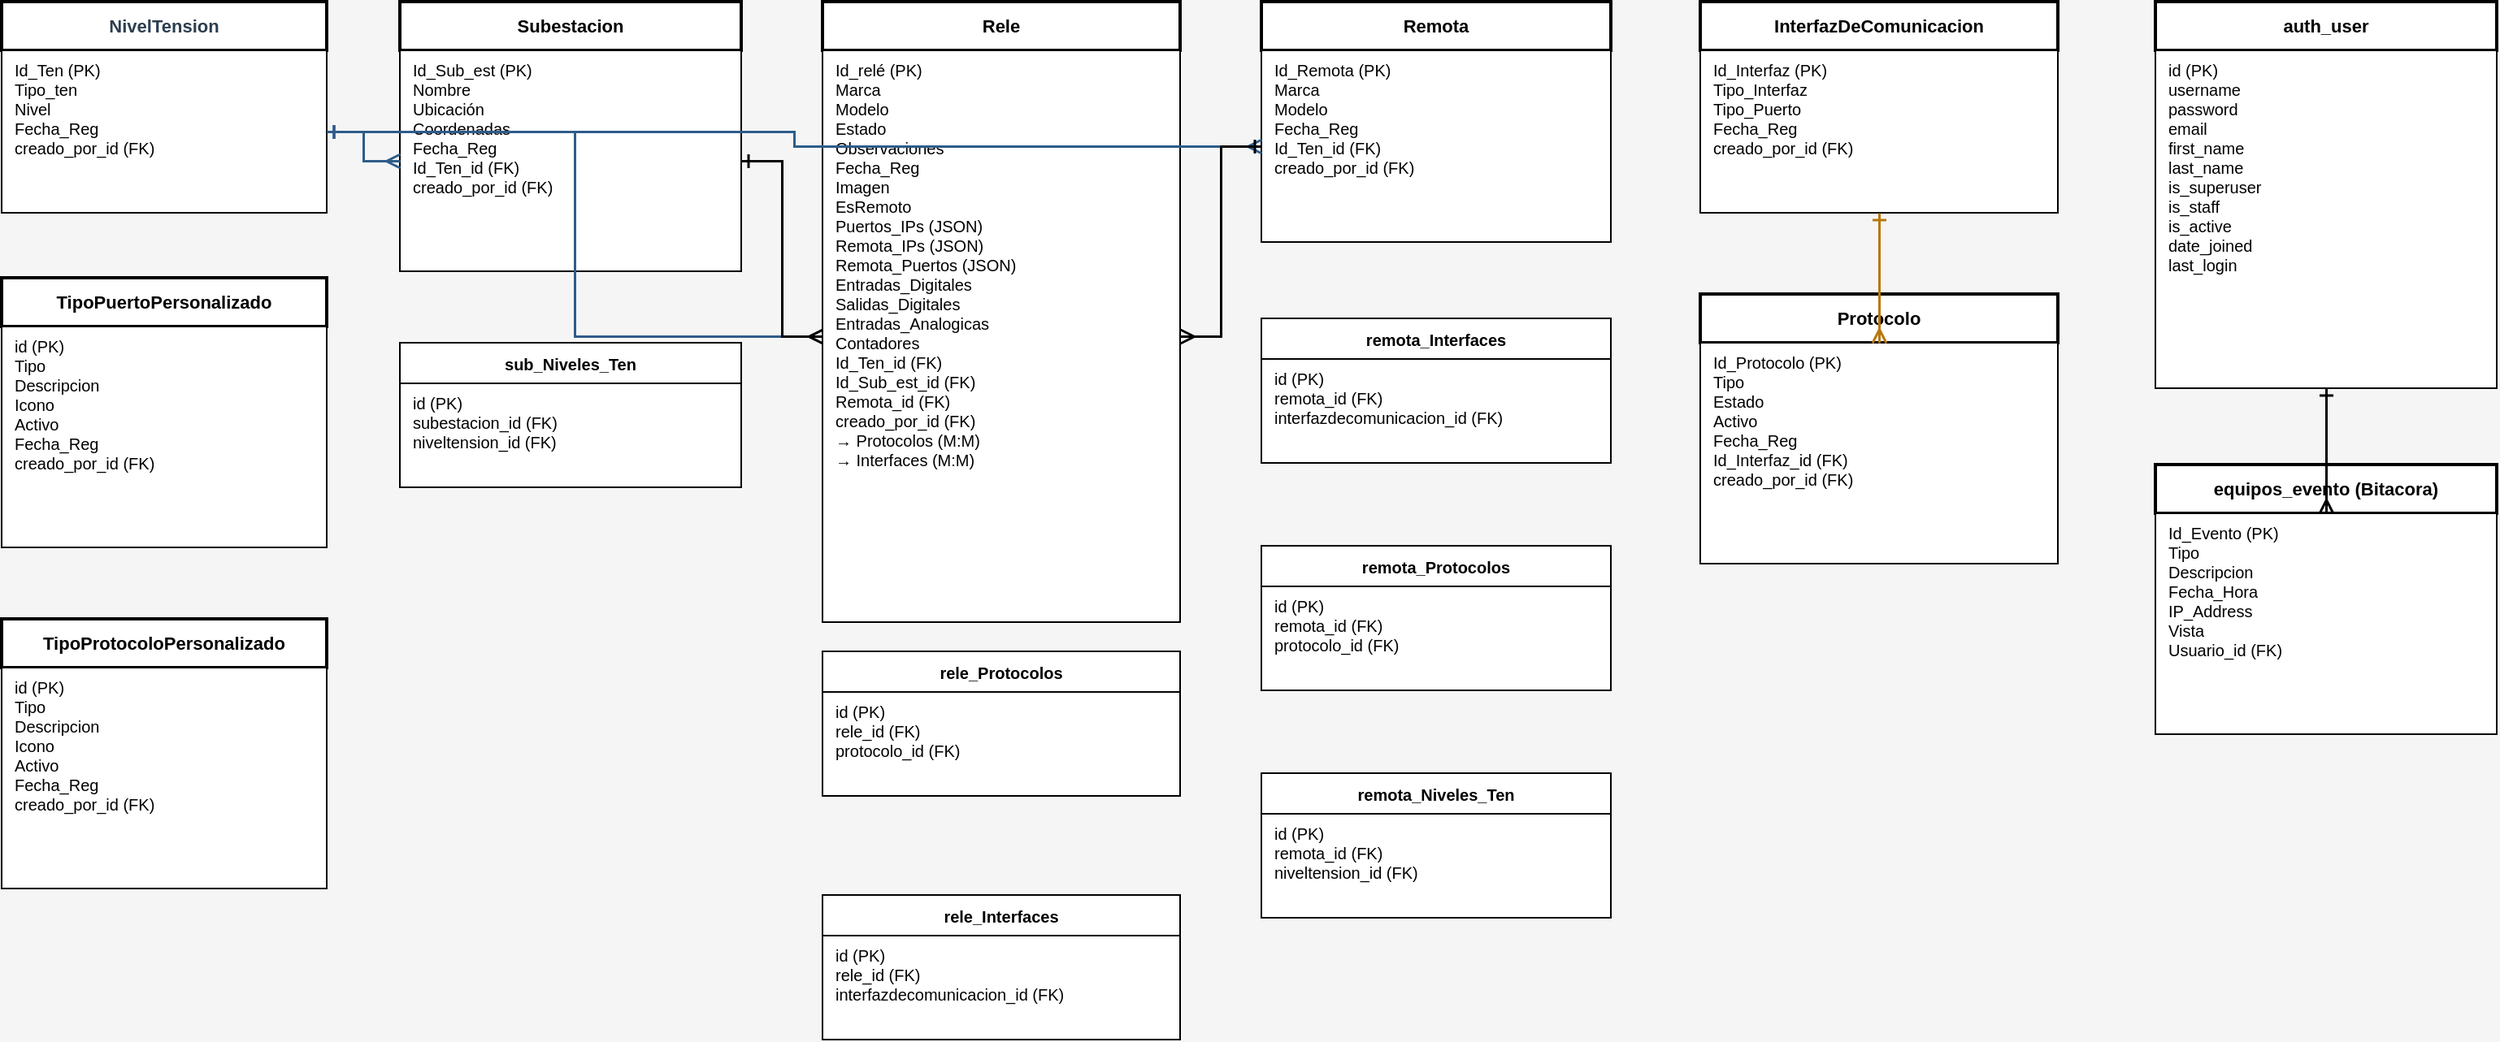
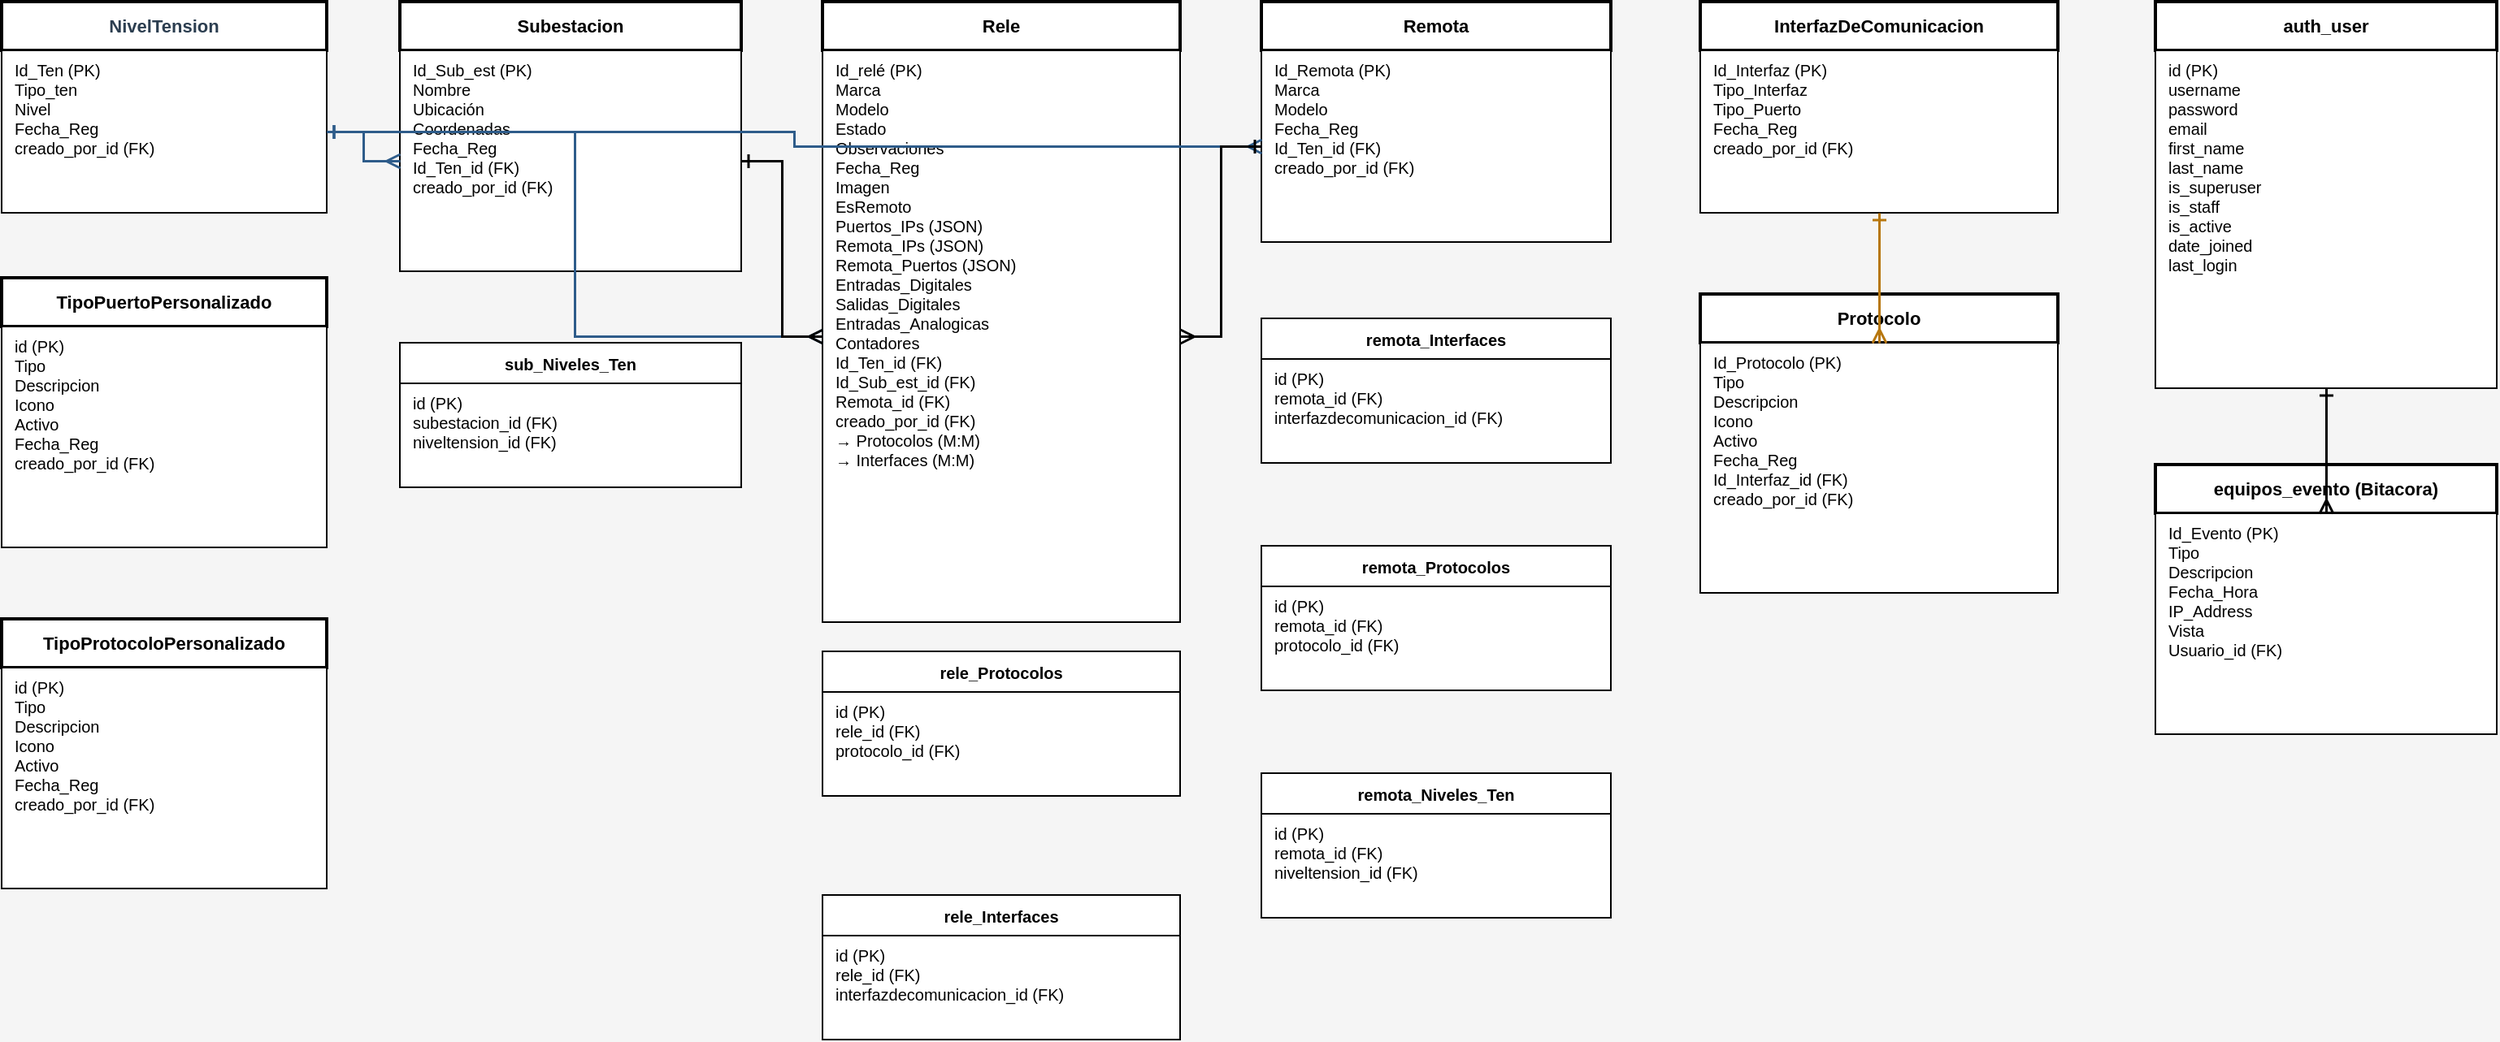
<?xml version="1.0" encoding="UTF-8"?>
<mxfile host="app.diagrams.net" modified="2026-06-13" agent="5" version="24.0.0" type="device">
  <diagram id="diagram1" name="ER-GridGuard">
    <mxGraphModel dx="2800" dy="2000" grid="1" gridSize="10" guides="1" tooltips="1" connect="1" arrows="1" fold="1" page="1" pageScale="1" pageWidth="2000" pageHeight="1100" background="#f5f5f5" math="0" shadow="0">
      <root>
        <mxCell id="0"/>
        <mxCell id="1" parent="0"/>

        <!-- ===================== NivelTension ===================== -->
        <mxCell id="h_niv" value="NivelTension" style="whiteSpace=wrap;html=1;rounded=0;fontSize=11;fontStyle=1;fillColor:#4A90E2;fontColor=#2C3E50;strokeColor:#2E5C8A;strokeWidth=2;" vertex="1" parent="1">
          <mxGeometry x="30" y="50" width="200" height="30" as="geometry"/>
        </mxCell>
        <mxCell id="b_niv" value="Id_Ten (PK)&#10;Tipo_ten&#10;Nivel&#10;Fecha_Reg&#10;creado_por_id (FK)" style="whiteSpace=wrap;html=1;rounded=0;fontSize=10;fillColor:#E8F0FE;strokeColor:#4A90E2;strokeWidth=1;align=left;spacingLeft=6;verticalAlign=top;" vertex="1" parent="1">
          <mxGeometry x="30" y="80" width="200" height="100" as="geometry"/>
        </mxCell>

        <!-- ===================== TipoPuertoPersonalizado ===================== -->
        <mxCell id="h_tpu" value="TipoPuertoPersonalizado" style="whiteSpace=wrap;html=1;rounded=0;fontSize=11;fontStyle=1;fillColor:#7F8C8D;fontColor:#2C3E50;strokeColor:#566573;strokeWidth=2;" vertex="1" parent="1">
          <mxGeometry x="30" y="220" width="200" height="30" as="geometry"/>
        </mxCell>
        <mxCell id="b_tpu" value="id (PK)&#10;Tipo&#10;Descripcion&#10;Icono&#10;Activo&#10;Fecha_Reg&#10;creado_por_id (FK)" style="whiteSpace=wrap;html=1;rounded=0;fontSize=10;fillColor:#F2F3F4;strokeColor:#7F8C8D;strokeWidth=1;align=left;spacingLeft=6;verticalAlign=top;" vertex="1" parent="1">
          <mxGeometry x="30" y="250" width="200" height="136" as="geometry"/>
        </mxCell>

        <!-- ===================== TipoProtocoloPersonalizado ===================== -->
        <mxCell id="h_tpr" value="TipoProtocoloPersonalizado" style="whiteSpace=wrap;html=1;rounded=0;fontSize=11;fontStyle=1;fillColor:#7F8C8D;fontColor:#2C3E50;strokeColor:#566573;strokeWidth=2;" vertex="1" parent="1">
          <mxGeometry x="30" y="430" width="200" height="30" as="geometry"/>
        </mxCell>
        <mxCell id="b_tpr" value="id (PK)&#10;Tipo&#10;Descripcion&#10;Icono&#10;Activo&#10;Fecha_Reg&#10;creado_por_id (FK)" style="whiteSpace=wrap;html=1;rounded=0;fontSize=10;fillColor:#F2F3F4;strokeColor:#7F8C8D;strokeWidth=1;align=left;spacingLeft=6;verticalAlign=top;" vertex="1" parent="1">
          <mxGeometry x="30" y="460" width="200" height="136" as="geometry"/>
        </mxCell>

        <!-- ===================== Subestacion ===================== -->
        <mxCell id="h_sub" value="Subestacion" style="whiteSpace=wrap;html=1;rounded=0;fontSize=11;fontStyle=1;fillColor:#27AE60;fontColor:#2C3E50;strokeColor:#1E8449;strokeWidth=2;" vertex="1" parent="1">
          <mxGeometry x="275" y="50" width="210" height="30" as="geometry"/>
        </mxCell>
        <mxCell id="b_sub" value="Id_Sub_est (PK)&#10;Nombre&#10;Ubicación&#10;Coordenadas&#10;Fecha_Reg&#10;Id_Ten_id (FK)&#10;creado_por_id (FK)" style="whiteSpace=wrap;html=1;rounded=0;fontSize=10;fillColor:#E8F5E9;strokeColor:#27AE60;strokeWidth=1;align=left;spacingLeft=6;verticalAlign=top;" vertex="1" parent="1">
          <mxGeometry x="275" y="80" width="210" height="136" as="geometry"/>
        </mxCell>

        <!-- ===================== Sub_Niveles_Ten (M:M) ===================== -->
        <mxCell id="h_snt" value="sub_Niveles_Ten" style="whiteSpace=wrap;html=1;rounded=0;fontSize=10;fontStyle=1;fillColor:#BDC3C7;fontColor:#2C3E50;strokeColor:#95A5A6;strokeWidth=1;" vertex="1" parent="1">
          <mxGeometry x="275" y="260" width="210" height="25" as="geometry"/>
        </mxCell>
        <mxCell id="b_snt" value="id (PK)&#10;subestacion_id (FK)&#10;niveltension_id (FK)" style="whiteSpace=wrap;html=1;rounded=0;fontSize=10;fillColor:#ECF0F1;strokeColor:#BDC3C7;strokeWidth=1;align=left;spacingLeft=6;verticalAlign=top;" vertex="1" parent="1">
          <mxGeometry x="275" y="285" width="210" height="64" as="geometry"/>
        </mxCell>

        <!-- ===================== Rele ===================== -->
        <mxCell id="h_rel" value="Rele" style="whiteSpace=wrap;html=1;rounded=0;fontSize=11;fontStyle=1;fillColor:#E74C3C;fontColor:#2C3E50;strokeColor:#A93226;strokeWidth=2;" vertex="1" parent="1">
          <mxGeometry x="535" y="50" width="220" height="30" as="geometry"/>
        </mxCell>
        <mxCell id="b_rel" value="Id_relé (PK)&#10;Marca&#10;Modelo&#10;Estado&#10;Observaciones&#10;Fecha_Reg&#10;Imagen&#10;EsRemoto&#10;Puertos_IPs (JSON)&#10;Remota_IPs (JSON)&#10;Remota_Puertos (JSON)&#10;Entradas_Digitales&#10;Salidas_Digitales&#10;Entradas_Analogicas&#10;Contadores&#10;Id_Ten_id (FK)&#10;Id_Sub_est_id (FK)&#10;Remota_id (FK)&#10;creado_por_id (FK)&#10;→ Protocolos (M:M)&#10;→ Interfaces (M:M)" style="whiteSpace=wrap;html=1;rounded=0;fontSize=10;fillColor:#FADBD8;strokeColor:#E74C3C;strokeWidth=1;align=left;spacingLeft=6;verticalAlign=top;" vertex="1" parent="1">
          <mxGeometry x="535" y="80" width="220" height="352" as="geometry"/>
        </mxCell>

        <!-- ===================== Rele_Protocolos (M:M) ===================== -->
        <mxCell id="h_rpr" value="rele_Protocolos" style="whiteSpace=wrap;html=1;rounded=0;fontSize=10;fontStyle=1;fillColor:#BDC3C7;fontColor:#2C3E50;strokeColor:#95A5A6;strokeWidth=1;" vertex="1" parent="1">
          <mxGeometry x="535" y="450" width="220" height="25" as="geometry"/>
        </mxCell>
        <mxCell id="b_rpr" value="id (PK)&#10;rele_id (FK)&#10;protocolo_id (FK)" style="whiteSpace=wrap;html=1;rounded=0;fontSize=10;fillColor:#ECF0F1;strokeColor:#BDC3C7;strokeWidth=1;align=left;spacingLeft=6;verticalAlign=top;" vertex="1" parent="1">
          <mxGeometry x="535" y="475" width="220" height="64" as="geometry"/>
        </mxCell>

        <!-- ===================== Rele_Interfaces (M:M) ===================== -->
        <mxCell id="h_rin_rel" value="rele_Interfaces" style="whiteSpace=wrap;html=1;rounded=0;fontSize=10;fontStyle=1;fillColor:#BDC3C7;fontColor:#2C3E50;strokeColor:#95A5A6;strokeWidth=1;" vertex="1" parent="1">
          <mxGeometry x="535" y="600" width="220" height="25" as="geometry"/>
        </mxCell>
        <mxCell id="b_rin_rel" value="id (PK)&#10;rele_id (FK)&#10;interfazdecomunicacion_id (FK)" style="whiteSpace=wrap;html=1;rounded=0;fontSize=10;fillColor:#ECF0F1;strokeColor:#BDC3C7;strokeWidth=1;align=left;spacingLeft=6;verticalAlign=top;" vertex="1" parent="1">
          <mxGeometry x="535" y="625" width="220" height="64" as="geometry"/>
        </mxCell>

        <!-- ===================== Remota ===================== -->
        <mxCell id="h_rem" value="Remota" style="whiteSpace=wrap;html=1;rounded=0;fontSize=11;fontStyle=1;fillColor:#16A085;fontColor:#2C3E50;strokeColor:#0E6655;strokeWidth=2;" vertex="1" parent="1">
          <mxGeometry x="805" y="50" width="215" height="30" as="geometry"/>
        </mxCell>
        <mxCell id="b_rem" value="Id_Remota (PK)&#10;Marca&#10;Modelo&#10;Fecha_Reg&#10;Id_Ten_id (FK)&#10;creado_por_id (FK)" style="whiteSpace=wrap;html=1;rounded=0;fontSize=10;fillColor:#D1F2EB;strokeColor:#16A085;strokeWidth=1;align=left;spacingLeft=6;verticalAlign=top;" vertex="1" parent="1">
          <mxGeometry x="805" y="80" width="215" height="118" as="geometry"/>
        </mxCell>

        <!-- ===================== Remota_Interfaces (M:M) ===================== -->
        <mxCell id="h_rin" value="remota_Interfaces" style="whiteSpace=wrap;html=1;rounded=0;fontSize=10;fontStyle=1;fillColor:#BDC3C7;fontColor:#2C3E50;strokeColor:#95A5A6;strokeWidth=1;" vertex="1" parent="1">
          <mxGeometry x="805" y="245" width="215" height="25" as="geometry"/>
        </mxCell>
        <mxCell id="b_rin" value="id (PK)&#10;remota_id (FK)&#10;interfazdecomunicacion_id (FK)" style="whiteSpace=wrap;html=1;rounded=0;fontSize=10;fillColor:#ECF0F1;strokeColor:#BDC3C7;strokeWidth=1;align=left;spacingLeft=6;verticalAlign=top;" vertex="1" parent="1">
          <mxGeometry x="805" y="270" width="215" height="64" as="geometry"/>
        </mxCell>

        <!-- ===================== Remota_Protocolos (M:M) ===================== -->
        <mxCell id="h_rpm" value="remota_Protocolos" style="whiteSpace=wrap;html=1;rounded=0;fontSize=10;fontStyle=1;fillColor:#BDC3C7;fontColor:#2C3E50;strokeColor:#95A5A6;strokeWidth=1;" vertex="1" parent="1">
          <mxGeometry x="805" y="385" width="215" height="25" as="geometry"/>
        </mxCell>
        <mxCell id="b_rpm" value="id (PK)&#10;remota_id (FK)&#10;protocolo_id (FK)" style="whiteSpace=wrap;html=1;rounded=0;fontSize=10;fillColor:#ECF0F1;strokeColor:#BDC3C7;strokeWidth=1;align=left;spacingLeft=6;verticalAlign=top;" vertex="1" parent="1">
          <mxGeometry x="805" y="410" width="215" height="64" as="geometry"/>
        </mxCell>

        <!-- ===================== Remota_Niveles_Ten (M:M) ===================== -->
        <mxCell id="h_rnt" value="remota_Niveles_Ten" style="whiteSpace=wrap;html=1;rounded=0;fontSize=10;fontStyle=1;fillColor:#BDC3C7;fontColor:#2C3E50;strokeColor:#95A5A6;strokeWidth=1;" vertex="1" parent="1">
          <mxGeometry x="805" y="525" width="215" height="25" as="geometry"/>
        </mxCell>
        <mxCell id="b_rnt" value="id (PK)&#10;remota_id (FK)&#10;niveltension_id (FK)" style="whiteSpace=wrap;html=1;rounded=0;fontSize=10;fillColor:#ECF0F1;strokeColor:#BDC3C7;strokeWidth=1;align=left;spacingLeft=6;verticalAlign=top;" vertex="1" parent="1">
          <mxGeometry x="805" y="550" width="215" height="64" as="geometry"/>
        </mxCell>

        <!-- ===================== InterfazDeComunicacion ===================== -->
        <mxCell id="h_int" value="InterfazDeComunicacion" style="whiteSpace=wrap;html=1;rounded=0;fontSize=11;fontStyle=1;fillColor:#F39C12;fontColor:#2C3E50;strokeColor:#B7770D;strokeWidth=2;" vertex="1" parent="1">
          <mxGeometry x="1075" y="50" width="220" height="30" as="geometry"/>
        </mxCell>
        <mxCell id="b_int" value="Id_Interfaz (PK)&#10;Tipo_Interfaz&#10;Tipo_Puerto&#10;Fecha_Reg&#10;creado_por_id (FK)" style="whiteSpace=wrap;html=1;rounded=0;fontSize=10;fillColor:#FEF5E7;strokeColor:#F39C12;strokeWidth=1;align=left;spacingLeft=6;verticalAlign=top;" vertex="1" parent="1">
          <mxGeometry x="1075" y="80" width="220" height="100" as="geometry"/>
        </mxCell>

        <!-- ===================== Protocolo ===================== -->
        <mxCell id="h_pro" value="Protocolo" style="whiteSpace=wrap;html=1;rounded=0;fontSize=11;fontStyle=1;fillColor:#8E44AD;fontColor:#2C3E50;strokeColor:#6C3483;strokeWidth=2;" vertex="1" parent="1">
          <mxGeometry x="1075" y="230" width="220" height="30" as="geometry"/>
        </mxCell>
-         <mxCell id="b_pro" value="Id_Protocolo (PK)&#10;Tipo&#10;Estado&#10;Activo&#10;Fecha_Reg&#10;Id_Interfaz_id (FK)&#10;creado_por_id (FK)" style="whiteSpace=wrap;html=1;rounded=0;fontSize=10;fillColor:#F4ECF7;strokeColor:#8E44AD;strokeWidth=1;align=left;spacingLeft=6;verticalAlign=top;" vertex="1" parent="1">
-           <mxGeometry x="1075" y="260" width="220" height="136" as="geometry"/>
+         <mxCell id="b_pro" value="Id_Protocolo (PK)&#10;Tipo&#10;Descripcion&#10;Icono&#10;Activo&#10;Fecha_Reg&#10;Id_Interfaz_id (FK)&#10;creado_por_id (FK)" style="whiteSpace=wrap;html=1;rounded=0;fontSize=10;fillColor:#F4ECF7;strokeColor:#8E44AD;strokeWidth=1;align=left;spacingLeft=6;verticalAlign=top;" vertex="1" parent="1">
+           <mxGeometry x="1075" y="260" width="220" height="154" as="geometry"/>
        </mxCell>

        <!-- ===================== auth_user ===================== -->
        <mxCell id="h_usr" value="auth_user" style="whiteSpace=wrap;html=1;rounded=0;fontSize=11;fontStyle=1;fillColor:#2C3E50;fontColor:#2C3E50;strokeColor:#1A252F;strokeWidth=2;" vertex="1" parent="1">
          <mxGeometry x="1355" y="50" width="210" height="30" as="geometry"/>
        </mxCell>
        <mxCell id="b_usr" value="id (PK)&#10;username&#10;password&#10;email&#10;first_name&#10;last_name&#10;is_superuser&#10;is_staff&#10;is_active&#10;date_joined&#10;last_login" style="whiteSpace=wrap;html=1;rounded=0;fontSize=10;fillColor:#D6DBDF;strokeColor:#2C3E50;strokeWidth=1;align=left;spacingLeft=6;verticalAlign=top;" vertex="1" parent="1">
          <mxGeometry x="1355" y="80" width="210" height="208" as="geometry"/>
        </mxCell>

        <!-- ===================== equipos_evento ===================== -->
        <mxCell id="h_evt" value="equipos_evento (Bitacora)" style="whiteSpace=wrap;html=1;rounded=0;fontSize=11;fontStyle=1;fillColor:#E67E22;fontColor:#2C3E50;strokeColor:#A04000;strokeWidth=2;" vertex="1" parent="1">
          <mxGeometry x="1355" y="335" width="210" height="30" as="geometry"/>
        </mxCell>
        <mxCell id="b_evt" value="Id_Evento (PK)&#10;Tipo&#10;Descripcion&#10;Fecha_Hora&#10;IP_Address&#10;Vista&#10;Usuario_id (FK)" style="whiteSpace=wrap;html=1;rounded=0;fontSize=10;fillColor:#FDEBD0;strokeColor:#E67E22;strokeWidth=1;align=left;spacingLeft=6;verticalAlign=top;" vertex="1" parent="1">
          <mxGeometry x="1355" y="365" width="210" height="136" as="geometry"/>
        </mxCell>

        <!-- ==================== RELACIONES FK 1:M ==================== -->

        <!-- NivelTension → Subestacion -->
        <mxCell id="e01" style="edgeStyle=orthogonalEdgeStyle;rounded=0;html=1;startArrow=ERone;startFill=1;endArrow=ERmany;endFill=0;strokeColor=#2E5C8A;strokeWidth=1.5;" edge="1" parent="1" source="b_niv" target="b_sub">
          <mxGeometry relative="1" as="geometry"/>
        </mxCell>

        <!-- NivelTension → Rele -->
        <mxCell id="e02" style="edgeStyle=orthogonalEdgeStyle;rounded=0;html=1;startArrow=ERone;startFill=1;endArrow=ERmany;endFill=0;strokeColor=#2E5C8A;strokeWidth=1.5;" edge="1" parent="1" source="b_niv" target="b_rel">
          <mxGeometry relative="1" as="geometry"/>
        </mxCell>

        <!-- NivelTension → Remota -->
        <mxCell id="e03" style="edgeStyle=orthogonalEdgeStyle;rounded=0;html=1;startArrow=ERone;startFill=1;endArrow=ERmany;endFill=0;strokeColor=#2E5C8A;strokeWidth=1.5;" edge="1" parent="1" source="b_niv" target="b_rem">
          <mxGeometry relative="1" as="geometry"/>
        </mxCell>

        <!-- Subestacion → Rele -->
        <mxCell id="e04" style="edgeStyle=orthogonalEdgeStyle;rounded=0;html=1;startArrow=ERone;startFill=1;endArrow=ERmany;endFill=0;strokeColor:#1E8449;strokeWidth=1.5;" edge="1" parent="1" source="b_sub" target="b_rel">
          <mxGeometry relative="1" as="geometry"/>
        </mxCell>

        <!-- Remota → Rele -->
        <mxCell id="e05" style="edgeStyle=orthogonalEdgeStyle;rounded=0;html=1;startArrow=ERone;startFill=1;endArrow=ERmany;endFill=0;strokeColor:#0E6655;strokeWidth=1.5;" edge="1" parent="1" source="b_rem" target="b_rel">
          <mxGeometry relative="1" as="geometry"/>
        </mxCell>

        <!-- InterfazComunicacion → Protocolo -->
        <mxCell id="e06" style="edgeStyle=orthogonalEdgeStyle;rounded=0;html=1;startArrow=ERone;startFill=1;endArrow=ERmany;endFill=0;strokeColor=#B7770D;strokeWidth=1.5;" edge="1" parent="1" source="b_int" target="b_pro">
          <mxGeometry relative="1" as="geometry"/>
        </mxCell>

        <!-- auth_user → equipos_evento (1:M) -->
        <mxCell id="e08" style="edgeStyle=orthogonalEdgeStyle;rounded=0;html=1;startArrow=ERone;startFill=1;endArrow=ERmany;endFill=0;strokeColor:#1A252F;strokeWidth=1.5;" edge="1" parent="1" source="b_usr" target="b_evt">
          <mxGeometry relative="1" as="geometry"/>
        </mxCell>

      </root>
    </mxGraphModel>
  </diagram>
</mxfile>
